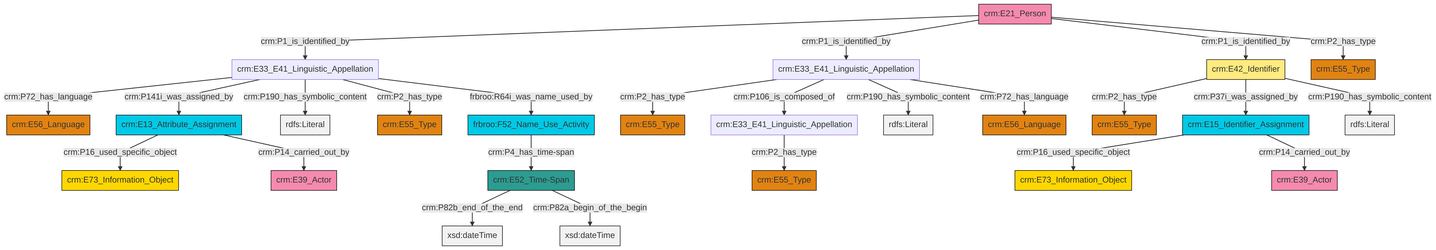
swiss-art-research-net/reference-data-models keeps this Mermaid diagram as et/personCSV/ttl/mmd/png/Person_Names_and_Classification.png. Above is the earlier version. Its source is kept beside it as et/personCSV/ttl/mmd/Person_Names_and_Classification.ttl.mmd.
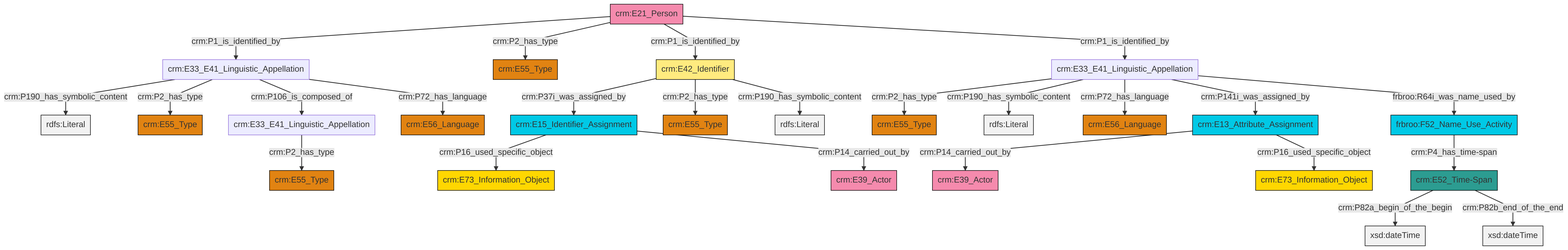
After the change.

Change to the diagram source:
```diff
@@ -13,27 +13,27 @@
 classDef PC_Classes fill:#4ce600, stroke:#000000;
 classDef Multi fill:#cccccc,stroke:#000000;
 
-10["crm:E13_Attribute_Assignment"]:::Temporal_Entity -->|crm:P16_used_specific_object| 11["crm:E73_Information_Object"]:::Conceptual_Object
-0["crm:E42_Identifier"]:::Appellation -->|crm:P2_has_type| 4["crm:E55_Type"]:::Type
-14["crm:E52_Time-Span"]:::Time-Span -->|crm:P82b_end_of_the_end| 15[xsd:dateTime]:::Literal
-16["crm:E33_E41_Linguistic_Appellation"]:::Default -->|crm:P72_has_language| 17["crm:E56_Language"]:::Type
-19["crm:E21_Person"]:::Actor -->|crm:P1_is_identified_by| 16["crm:E33_E41_Linguistic_Appellation"]:::Default
-20["crm:E15_Identifier_Assignment"]:::Temporal_Entity -->|crm:P16_used_specific_object| 8["crm:E73_Information_Object"]:::Conceptual_Object
-16["crm:E33_E41_Linguistic_Appellation"]:::Default -->|crm:P141i_was_assigned_by| 10["crm:E13_Attribute_Assignment"]:::Temporal_Entity
-10["crm:E13_Attribute_Assignment"]:::Temporal_Entity -->|crm:P14_carried_out_by| 2["crm:E39_Actor"]:::Actor
-23["crm:E33_E41_Linguistic_Appellation"]:::Default -->|crm:P2_has_type| 24["crm:E55_Type"]:::Type
-23["crm:E33_E41_Linguistic_Appellation"]:::Default -->|crm:P106_is_composed_of| 12["crm:E33_E41_Linguistic_Appellation"]:::Default
-19["crm:E21_Person"]:::Actor -->|crm:P1_is_identified_by| 23["crm:E33_E41_Linguistic_Appellation"]:::Default
-0["crm:E42_Identifier"]:::Appellation -->|crm:P37i_was_assigned_by| 20["crm:E15_Identifier_Assignment"]:::Temporal_Entity
-23["crm:E33_E41_Linguistic_Appellation"]:::Default -->|crm:P190_has_symbolic_content| 32[rdfs:Literal]:::Literal
-14["crm:E52_Time-Span"]:::Time-Span -->|crm:P82a_begin_of_the_begin| 36[xsd:dateTime]:::Literal
-0["crm:E42_Identifier"]:::Appellation -->|crm:P190_has_symbolic_content| 37[rdfs:Literal]:::Literal
-16["crm:E33_E41_Linguistic_Appellation"]:::Default -->|crm:P190_has_symbolic_content| 39[rdfs:Literal]:::Literal
-19["crm:E21_Person"]:::Actor -->|crm:P1_is_identified_by| 0["crm:E42_Identifier"]:::Appellation
-12["crm:E33_E41_Linguistic_Appellation"]:::Default -->|crm:P2_has_type| 33["crm:E55_Type"]:::Type
-16["crm:E33_E41_Linguistic_Appellation"]:::Default -->|crm:P2_has_type| 45["crm:E55_Type"]:::Type
-16["crm:E33_E41_Linguistic_Appellation"]:::Default -->|frbroo:R64i_was_name_used_by| 6["frbroo:F52_Name_Use_Activity"]:::Temporal_Entity
-23["crm:E33_E41_Linguistic_Appellation"]:::Default -->|crm:P72_has_language| 43["crm:E56_Language"]:::Type
-6["frbroo:F52_Name_Use_Activity"]:::Temporal_Entity -->|crm:P4_has_time-span| 14["crm:E52_Time-Span"]:::Time-Span
-20["crm:E15_Identifier_Assignment"]:::Temporal_Entity -->|crm:P14_carried_out_by| 41["crm:E39_Actor"]:::Actor
-19["crm:E21_Person"]:::Actor -->|crm:P2_has_type| 30["crm:E55_Type"]:::Type
+2["crm:E15_Identifier_Assignment"]:::Temporal_Entity -->|crm:P16_used_specific_object| 3["crm:E73_Information_Object"]:::Conceptual_Object
+6["crm:E33_E41_Linguistic_Appellation"]:::Default -->|crm:P2_has_type| 7["crm:E55_Type"]:::Type
+8["crm:E33_E41_Linguistic_Appellation"]:::Default -->|crm:P2_has_type| 9["crm:E55_Type"]:::Type
+10["crm:E42_Identifier"]:::Appellation -->|crm:P37i_was_assigned_by| 2["crm:E15_Identifier_Assignment"]:::Temporal_Entity
+19["crm:E21_Person"]:::Actor -->|crm:P1_is_identified_by| 20["crm:E33_E41_Linguistic_Appellation"]:::Default
+20["crm:E33_E41_Linguistic_Appellation"]:::Default -->|crm:P190_has_symbolic_content| 21[rdfs:Literal]:::Literal
+10["crm:E42_Identifier"]:::Appellation -->|crm:P2_has_type| 11["crm:E55_Type"]:::Type
+17["crm:E13_Attribute_Assignment"]:::Temporal_Entity -->|crm:P14_carried_out_by| 23["crm:E39_Actor"]:::Actor
+10["crm:E42_Identifier"]:::Appellation -->|crm:P190_has_symbolic_content| 25[rdfs:Literal]:::Literal
+19["crm:E21_Person"]:::Actor -->|crm:P2_has_type| 4["crm:E55_Type"]:::Type
+6["crm:E33_E41_Linguistic_Appellation"]:::Default -->|crm:P190_has_symbolic_content| 29[rdfs:Literal]:::Literal
+6["crm:E33_E41_Linguistic_Appellation"]:::Default -->|crm:P72_has_language| 15["crm:E56_Language"]:::Type
+33["crm:E52_Time-Span"]:::Time-Span -->|crm:P82a_begin_of_the_begin| 34[xsd:dateTime]:::Literal
+19["crm:E21_Person"]:::Actor -->|crm:P1_is_identified_by| 10["crm:E42_Identifier"]:::Appellation
+6["crm:E33_E41_Linguistic_Appellation"]:::Default -->|crm:P141i_was_assigned_by| 17["crm:E13_Attribute_Assignment"]:::Temporal_Entity
+36["frbroo:F52_Name_Use_Activity"]:::Temporal_Entity -->|crm:P4_has_time-span| 33["crm:E52_Time-Span"]:::Time-Span
+6["crm:E33_E41_Linguistic_Appellation"]:::Default -->|frbroo:R64i_was_name_used_by| 36["frbroo:F52_Name_Use_Activity"]:::Temporal_Entity
+33["crm:E52_Time-Span"]:::Time-Span -->|crm:P82b_end_of_the_end| 38[xsd:dateTime]:::Literal
+20["crm:E33_E41_Linguistic_Appellation"]:::Default -->|crm:P2_has_type| 13["crm:E55_Type"]:::Type
+20["crm:E33_E41_Linguistic_Appellation"]:::Default -->|crm:P106_is_composed_of| 8["crm:E33_E41_Linguistic_Appellation"]:::Default
+19["crm:E21_Person"]:::Actor -->|crm:P1_is_identified_by| 6["crm:E33_E41_Linguistic_Appellation"]:::Default
+17["crm:E13_Attribute_Assignment"]:::Temporal_Entity -->|crm:P16_used_specific_object| 43["crm:E73_Information_Object"]:::Conceptual_Object
+20["crm:E33_E41_Linguistic_Appellation"]:::Default -->|crm:P72_has_language| 30["crm:E56_Language"]:::Type
+2["crm:E15_Identifier_Assignment"]:::Temporal_Entity -->|crm:P14_carried_out_by| 0["crm:E39_Actor"]:::Actor
```
